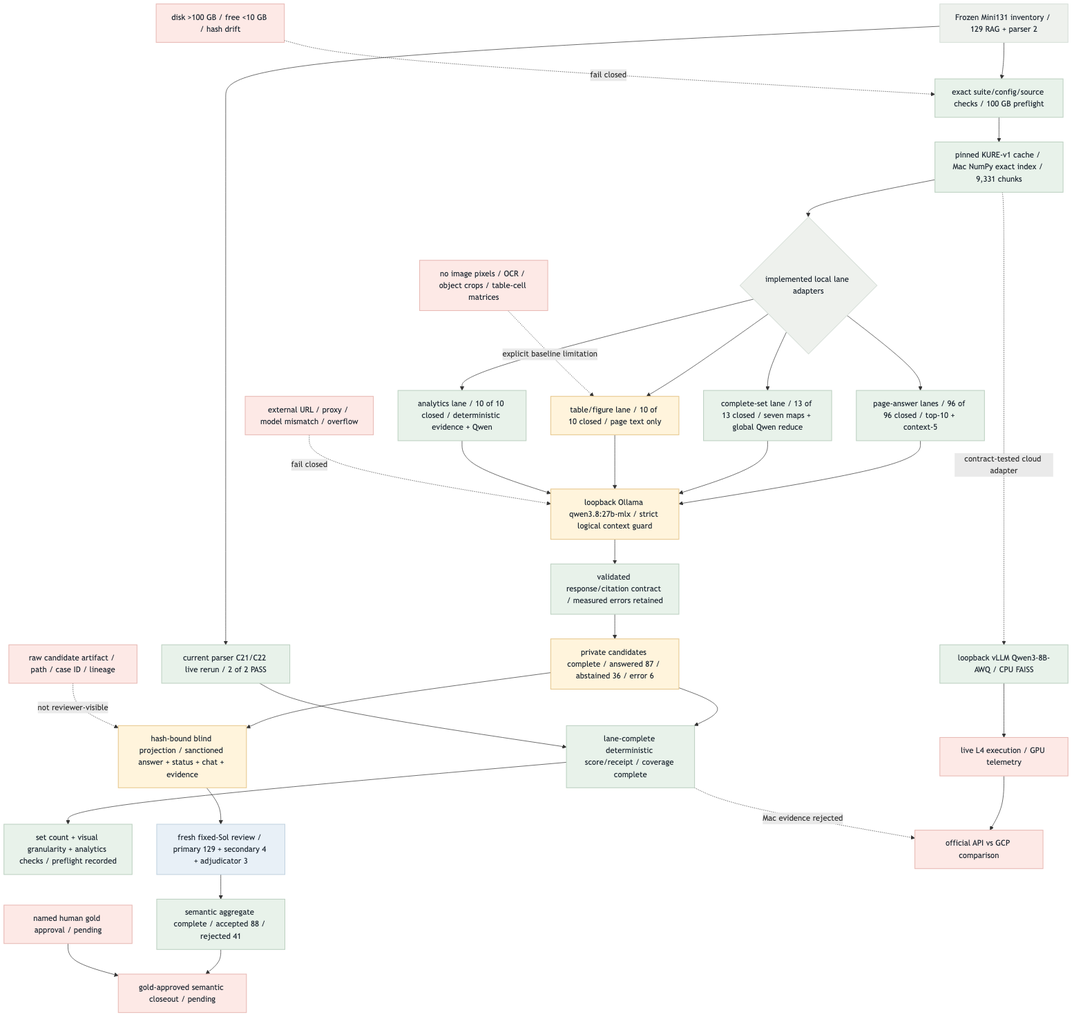
This is fivecircles/architecture/specs/gcp-local-baseline-current-flow.png from KongSeok/sprint-public-procurement-rag-assistant, a Mermaid export, as it was before one commit. Its source is kept beside it as fivecircles/architecture/specs/gcp-local-baseline-current-flow.mmd.
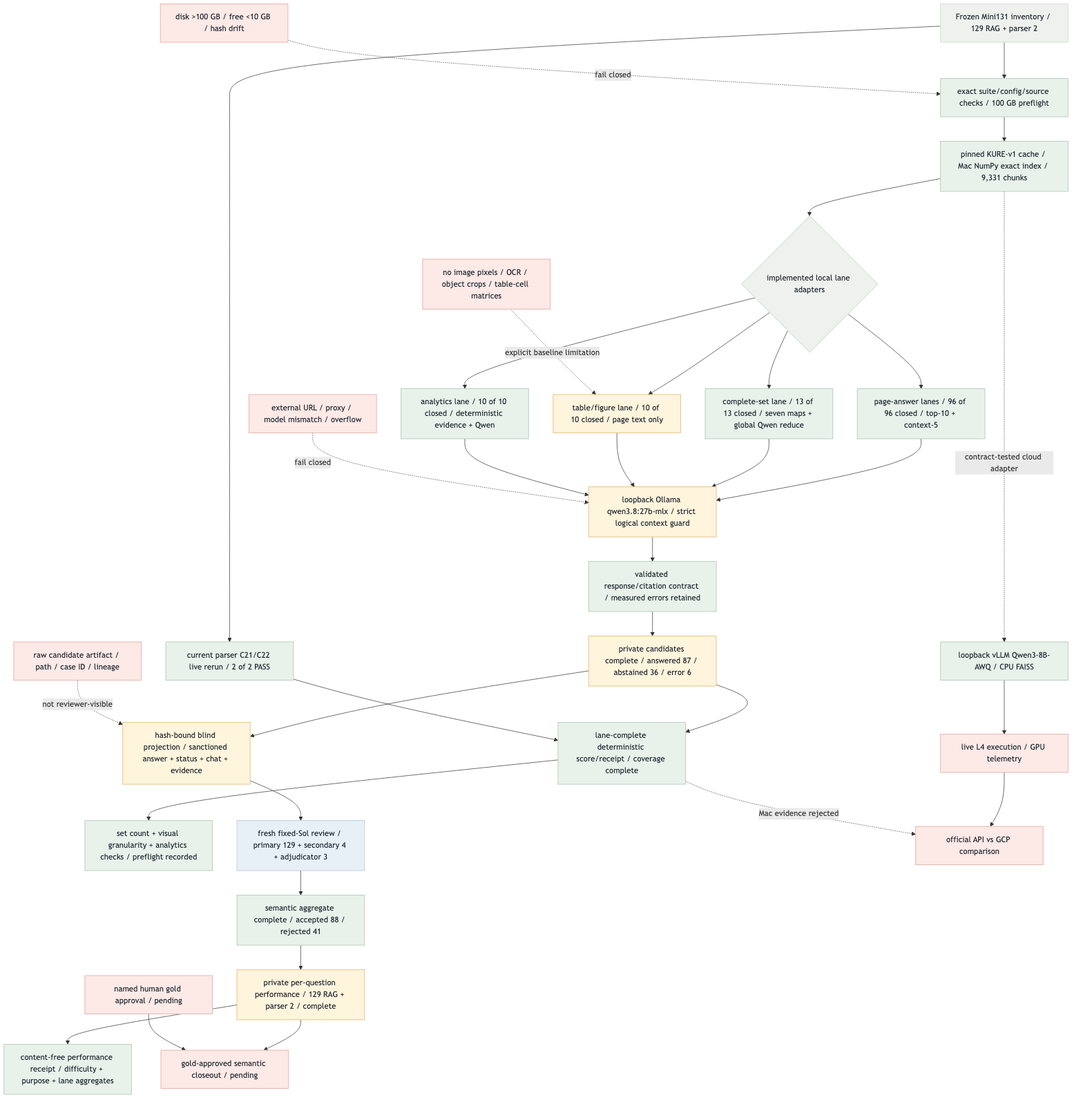
The same file after the commit.

Commit message:
feat(eval): record per-question Mini131 performance

The edit, as a diff of the source:
```diff
@@ -24,7 +24,9 @@
     RAW["raw candidate artifact / path / case ID / lineage"]:::red -. "not reviewer-visible" .-> BP
     BP --> SOL["fresh fixed-Sol review / primary 129 + secondary 4 + adjudicator 3"]:::blue
     SOL --> SEM["semantic aggregate complete / accepted 88 / rejected 41"]:::green
-    SEM --> FC["gold-approved semantic closeout / pending"]:::red
+    SEM --> PE["private per-question performance / 129 RAG + parser 2 / complete"]:::amber
+    PE --> PUB["content-free performance receipt / difficulty + purpose + lane aggregates"]:::green
+    PE --> FC["gold-approved semantic closeout / pending"]:::red
     H["named human gold approval / pending"]:::red --> FC
 
     K -. "contract-tested cloud adapter" .-> VA["loopback vLLM Qwen3-8B-AWQ / CPU FAISS"]:::green
```
